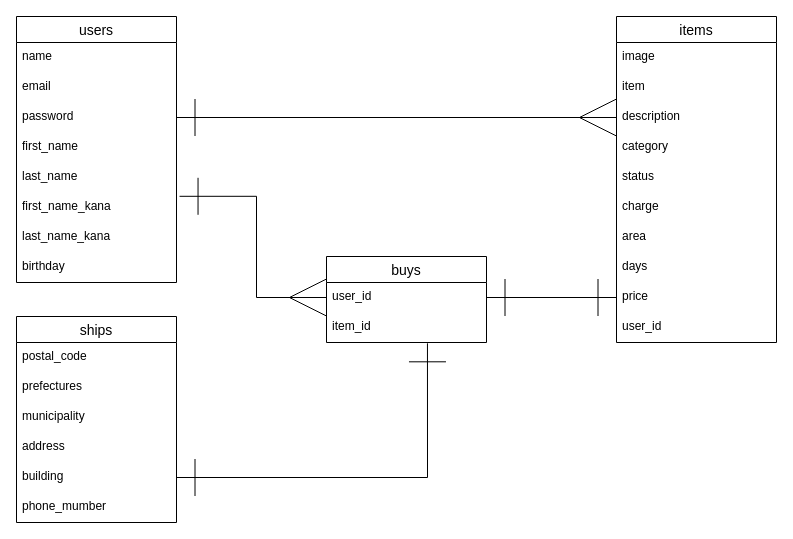
Before: test.dio in SUTERA161953/furima-35196, a draw.io diagram. Source tidied: cells renumbered, new cells numbered last; positions are measured from the earlier drawing's top-left corner, leaving out a move shared by most shapes. Both pictures are drawn from the tidied source at 100%, with x=0, y=0 at pixel (16, 16).
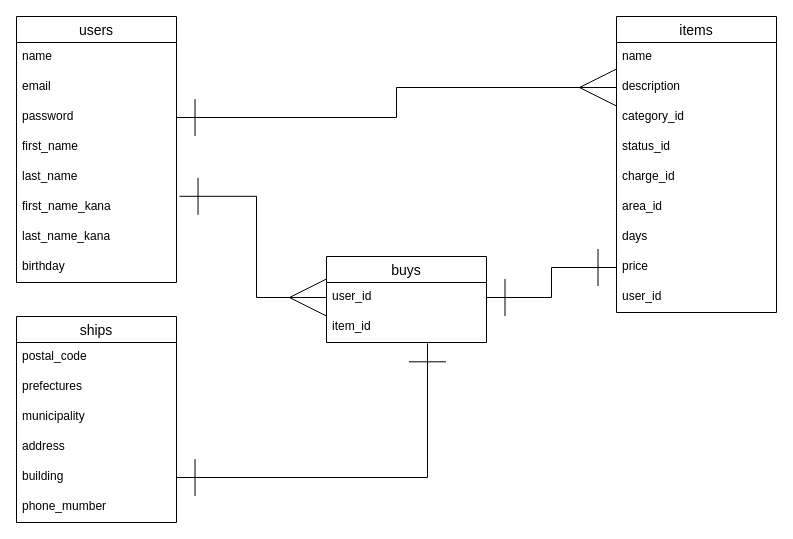
The same page after the edit.

Commit message (it also covers changes not shown here):
データベース設計 修正

The edit, as a diff of the source:
```diff
@@
     <mxCell id="11" value="items" style="swimlane;fontStyle=0;horizontal=1;startSize=26;align=center;fontSize=14;" parent="1" vertex="1">
-      <mxGeometry x="600" width="160" height="326" as="geometry" />
+      <mxGeometry x="600" width="160" height="296" as="geometry" />
     </mxCell>
-    <mxCell id="12" value="image" style="text;strokeColor=none;fillColor=none;spacingLeft=4;spacingRight=4;overflow=hidden;fontSize=12;" parent="11" vertex="1">
-      <mxGeometry y="26" width="160" height="30" as="geometry" />
-    </mxCell>
-    <mxCell id="13" value="item" style="text;strokeColor=none;fillColor=none;spacingLeft=4;spacingRight=4;overflow=hidden;fontSize=12;" parent="11" vertex="1">
-      <mxGeometry y="56" width="160" height="30" as="geometry" />
+    <mxCell id="13" value="name" style="text;strokeColor=none;fillColor=none;spacingLeft=4;spacingRight=4;overflow=hidden;fontSize=12;" parent="11" vertex="1">
+      <mxGeometry y="26" width="160" height="30" as="geometry" />
     </mxCell>
     <mxCell id="14" value="description" style="text;strokeColor=none;fillColor=none;spacingLeft=4;spacingRight=4;overflow=hidden;points=[[0,0.5],[1,0.5]];portConstraint=eastwest;fontSize=12;" parent="11" vertex="1">
-      <mxGeometry y="86" width="160" height="30" as="geometry" />
+      <mxGeometry y="56" width="160" height="30" as="geometry" />
     </mxCell>
-    <mxCell id="15" value="category" style="text;strokeColor=none;fillColor=none;spacingLeft=4;spacingRight=4;overflow=hidden;fontSize=12;" parent="11" vertex="1">
-      <mxGeometry y="116" width="160" height="30" as="geometry" />
+    <mxCell id="15" value="category_id" style="text;strokeColor=none;fillColor=none;spacingLeft=4;spacingRight=4;overflow=hidden;fontSize=12;" parent="11" vertex="1">
+      <mxGeometry y="86" width="160" height="30" as="geometry" />
     </mxCell>
-    <mxCell id="16" value="status" style="text;strokeColor=none;fillColor=none;spacingLeft=4;spacingRight=4;overflow=hidden;fontSize=12;" parent="11" vertex="1">
-      <mxGeometry y="146" width="160" height="30" as="geometry" />
+    <mxCell id="16" value="status_id" style="text;strokeColor=none;fillColor=none;spacingLeft=4;spacingRight=4;overflow=hidden;fontSize=12;" parent="11" vertex="1">
+      <mxGeometry y="116" width="160" height="30" as="geometry" />
     </mxCell>
-    <mxCell id="17" value="charge" style="text;strokeColor=none;fillColor=none;spacingLeft=4;spacingRight=4;overflow=hidden;fontSize=12;" parent="11" vertex="1">
-      <mxGeometry y="176" width="160" height="30" as="geometry" />
+    <mxCell id="17" value="charge_id" style="text;strokeColor=none;fillColor=none;spacingLeft=4;spacingRight=4;overflow=hidden;fontSize=12;" parent="11" vertex="1">
+      <mxGeometry y="146" width="160" height="30" as="geometry" />
     </mxCell>
-    <mxCell id="18" value="area" style="text;strokeColor=none;fillColor=none;spacingLeft=4;spacingRight=4;overflow=hidden;fontSize=12;" parent="11" vertex="1">
-      <mxGeometry y="206" width="160" height="30" as="geometry" />
+    <mxCell id="18" value="area_id" style="text;strokeColor=none;fillColor=none;spacingLeft=4;spacingRight=4;overflow=hidden;fontSize=12;" parent="11" vertex="1">
+      <mxGeometry y="176" width="160" height="30" as="geometry" />
     </mxCell>
     <mxCell id="19" value="days" style="text;strokeColor=none;fillColor=none;spacingLeft=4;spacingRight=4;overflow=hidden;fontSize=12;" parent="11" vertex="1">
-      <mxGeometry y="236" width="160" height="30" as="geometry" />
+      <mxGeometry y="206" width="160" height="30" as="geometry" />
     </mxCell>
     <mxCell id="20" value="price" style="text;strokeColor=none;fillColor=none;spacingLeft=4;spacingRight=4;overflow=hidden;points=[[0,0.5],[1,0.5]];portConstraint=eastwest;fontSize=12;" parent="11" vertex="1">
-      <mxGeometry y="266" width="160" height="30" as="geometry" />
+      <mxGeometry y="236" width="160" height="30" as="geometry" />
     </mxCell>
     <mxCell id="21" value="user_id" style="text;strokeColor=none;fillColor=none;spacingLeft=4;spacingRight=4;overflow=hidden;fontSize=12;" parent="11" vertex="1">
-      <mxGeometry y="296" width="160" height="30" as="geometry" />
+      <mxGeometry y="266" width="160" height="30" as="geometry" />
     </mxCell>
```
